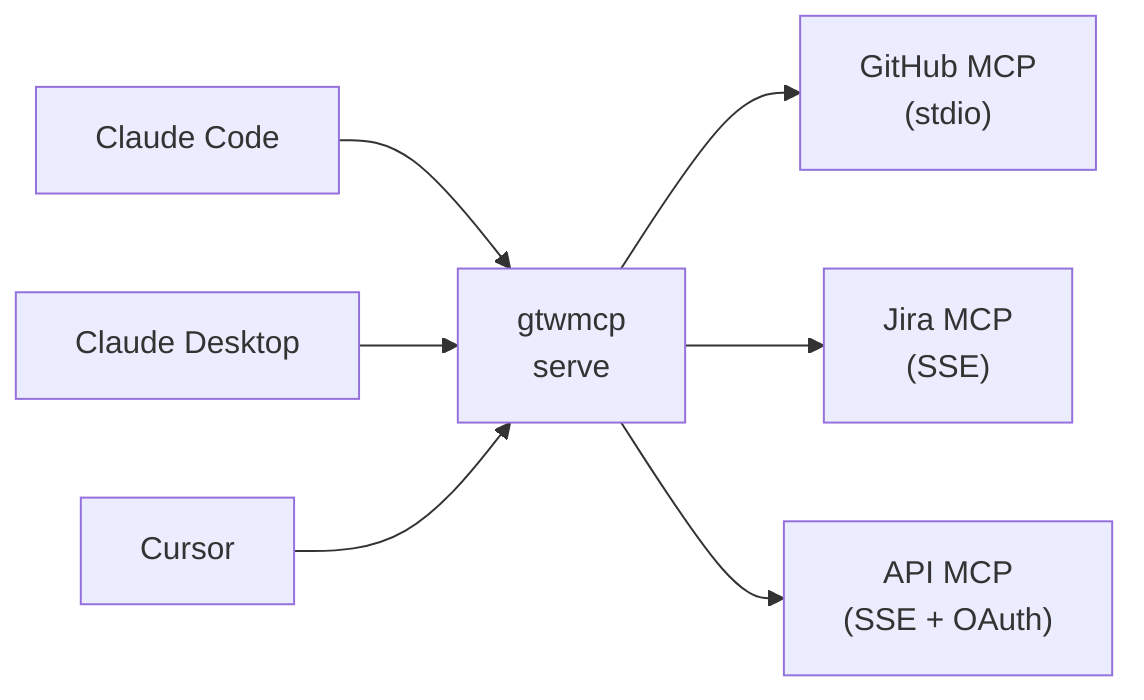
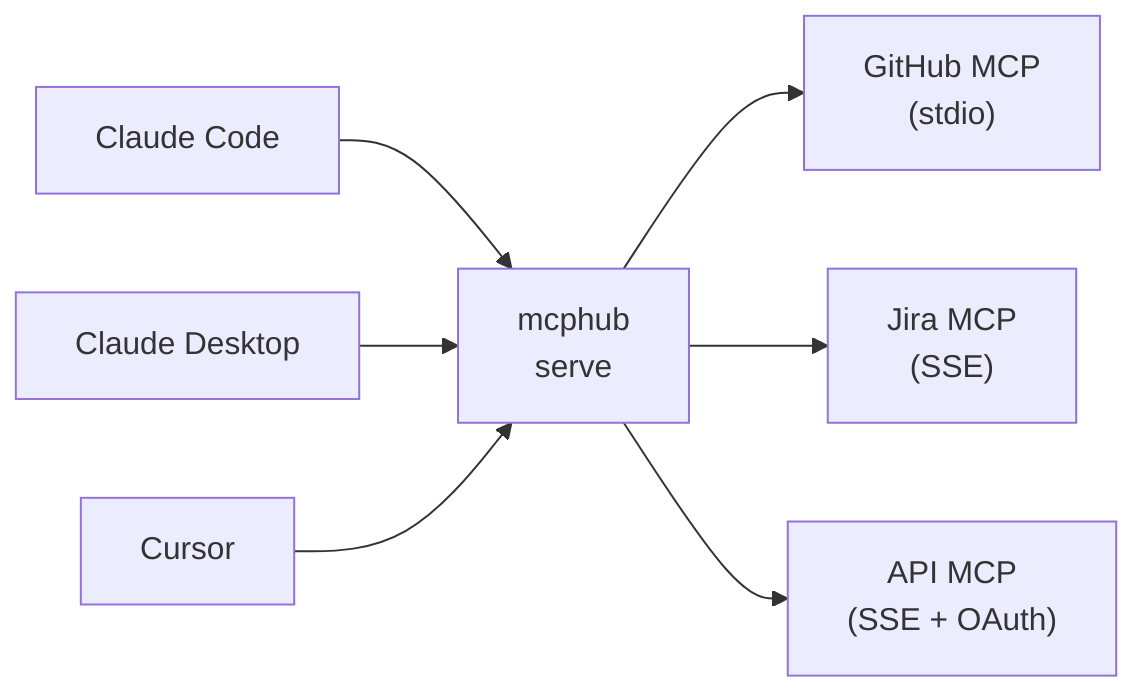
flowchart LR
    CC["Claude Code"]
    CD["Claude Desktop"]
    CS["Cursor"]
-     GW["gtwmcp<br/>serve"]
+     GW["mcphub<br/>serve"]
    S1["GitHub MCP<br/>(stdio)"]
    S2["Jira MCP<br/>(SSE)"]
    S3["API MCP<br/>(SSE + OAuth)"]

    CC --> GW
    CD --> GW
    CS --> GW
    GW --> S1
    GW --> S2
    GW --> S3
